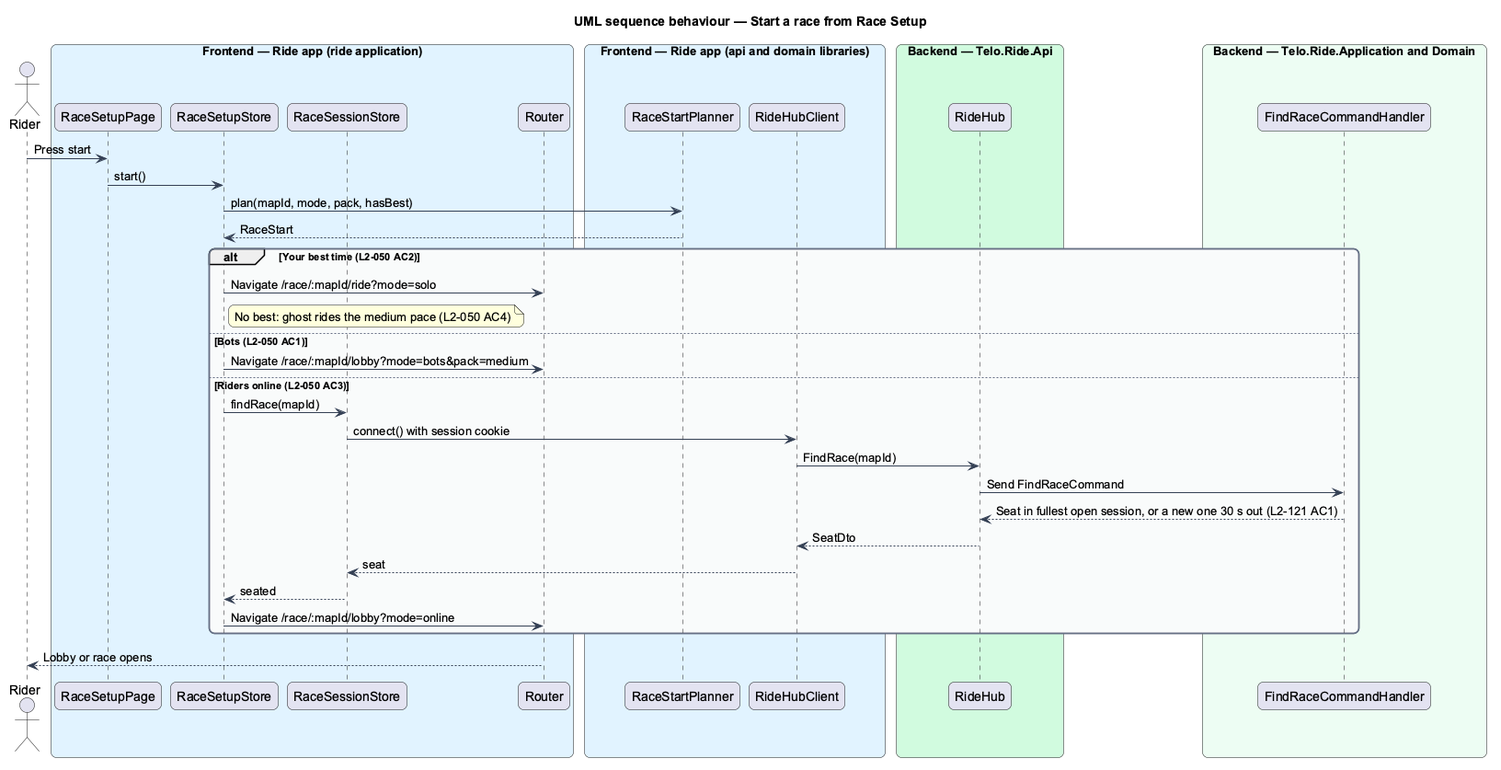
QuinntyneBrown/ride-one keeps this PlantUML diagram as docs/detailed-designs/race/set-up-a-race/diagrams/sequence-start-a-race.png. Above is the earlier version. Source of this version:
```plantuml
@startuml
title UML sequence behaviour — Start a race from Race Setup
skinparam backgroundColor #FFFFFF
skinparam shadowing false
skinparam roundcorner 12
skinparam defaultFontName Arial
skinparam ArrowColor #344054
skinparam rectangle {
  BorderColor #344054
  FontColor #101828
}
skinparam package {
  BorderColor #667085
  FontColor #101828
  BackgroundColor #F9FAFB
}
actor "Rider" as actor
box "Frontend — Ride app (ride application)" #E0F2FE
  participant "RaceSetupPage" as page
  participant "RaceSetupStore" as store
  participant "RaceSessionStore" as session
  participant "Router" as router
end box
box "Frontend — Ride app (api and domain libraries)" #E0F2FE
  participant "RaceStartPlanner" as planner
  participant "RideHubClient" as hub
end box
box "Backend — Telo.Ride.Api" #D1FADF
  participant "RideHub" as ridehub
end box
box "Backend — Telo.Ride.Application and Domain" #ECFDF3
  participant "FindRaceCommandHandler" as handler
end box
actor -> page : Press start
page -> store : start()
store -> planner : plan(mapId, mode, pack, hasBest)
planner --> store : RaceStart
alt Your best time (L2-050 AC2)
  store -> router : Navigate /race/:mapId/ride?mode=solo
  note right of store : No best: ghost rides the medium pace (L2-050 AC4)
else Bots (L2-050 AC1)
  store -> router : Navigate /race/:mapId/lobby?mode=bots&pack=medium
else Riders online (L2-050 AC3)
  store -> session : findRace(mapId)
  session -> hub : connect() with session cookie
  hub -> ridehub : FindRace(mapId)
  ridehub -> handler : Send FindRaceCommand
  handler --> ridehub : Seat in fullest open session, or a new one 30 s out (L2-121 AC1)
  ridehub --> hub : SeatDto
  hub --> session : seat
  session --> store : seated
  store -> router : Navigate /race/:mapId/lobby?mode=online
end
router --> actor : Lobby or race opens
@enduml
```
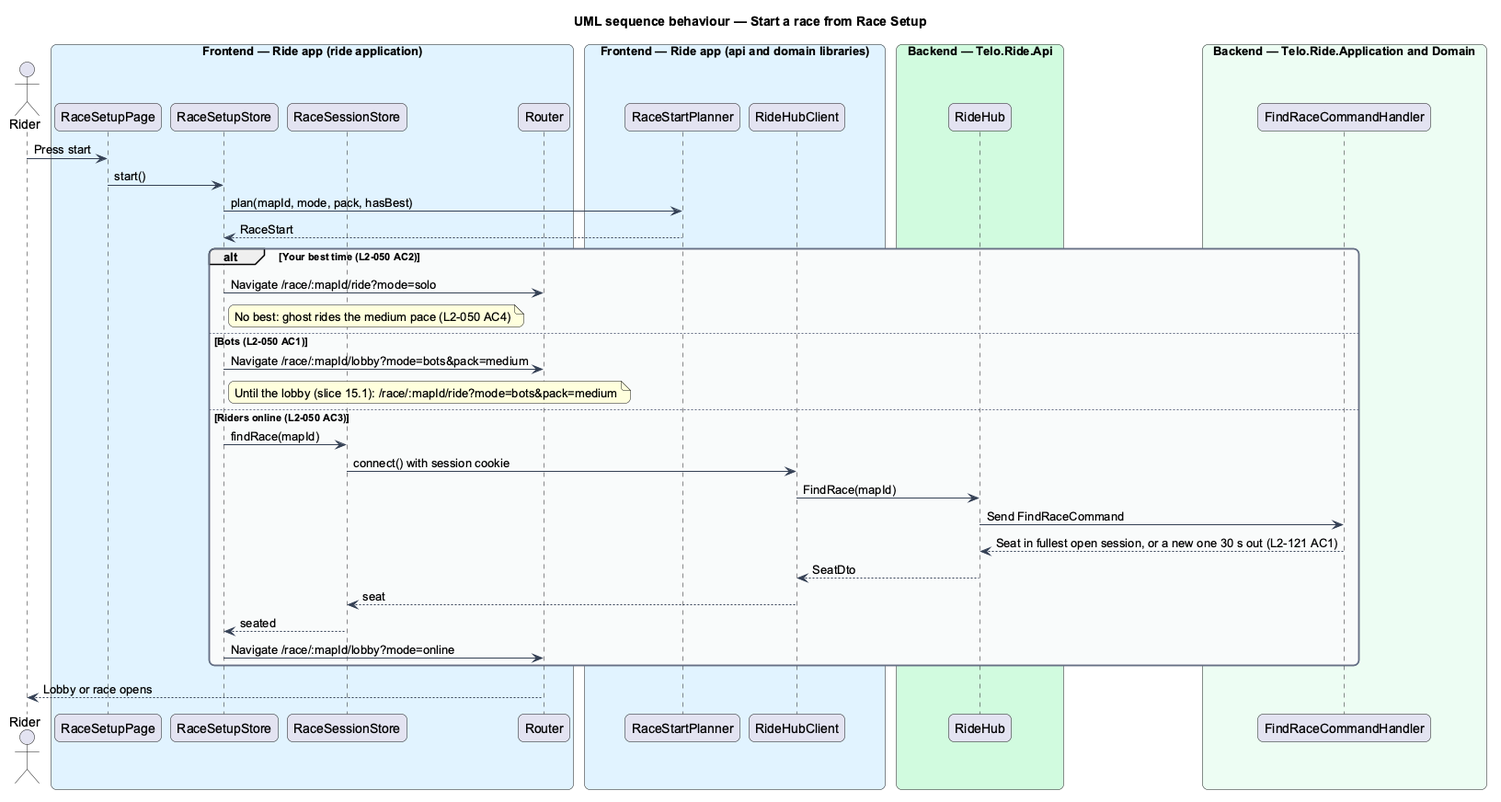
After the commit.

Commit message:
Align Race Setup's design for slice 7.2

What changed in the source:
```diff
@@ -40,6 +40,7 @@
   note right of store : No best: ghost rides the medium pace (L2-050 AC4)
 else Bots (L2-050 AC1)
   store -> router : Navigate /race/:mapId/lobby?mode=bots&pack=medium
+  note right of store : Until the lobby (slice 15.1): /race/:mapId/ride?mode=bots&pack=medium
 else Riders online (L2-050 AC3)
   store -> session : findRace(mapId)
   session -> hub : connect() with session cookie
```
